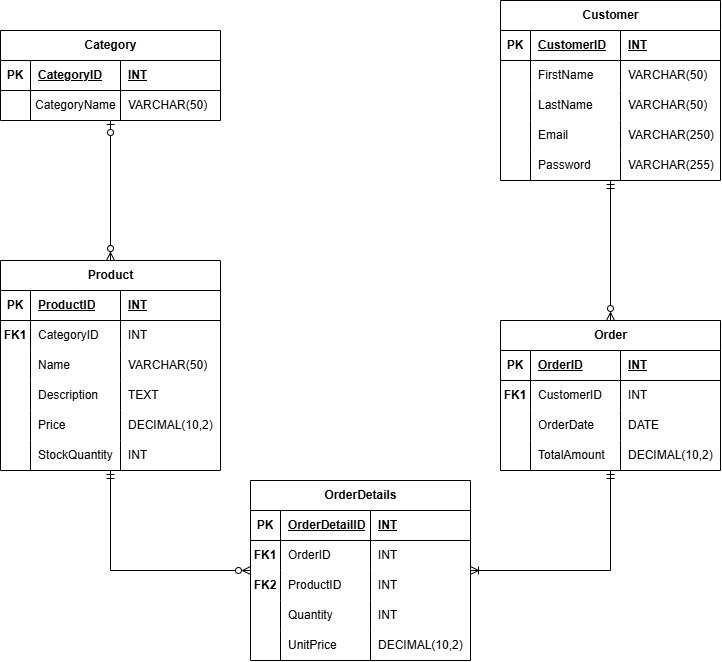
Before: Task 1/ERD.png, a diagram exported from draw.io (almorshidi0/E-Commerce-Database-Design). Source tidied: cells renumbered, new cells last; positions are measured from the earlier drawing's top-left corner, leaving out a move shared by most shapes.
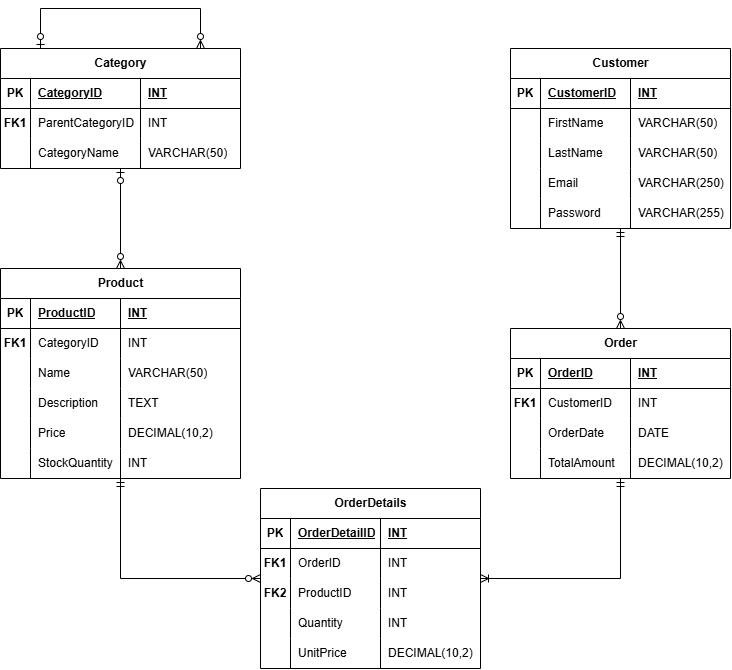
Later version of the same file.

Commit message:
Fix Category Table and Diagram

Diff of the diagram source:
```diff
@@ -2,36 +2,14 @@
   <root>
     <mxCell id="0" />
     <mxCell id="1" parent="0" />
-    <mxCell id="2" style="edgeStyle=orthogonalEdgeStyle;rounded=0;jettySize=auto;html=1;defaultLabelBackgroundColor=page;endArrow=ERzeroToMany;endFill=0;startArrow=ERzeroToOne;startFill=0;" parent="1" edge="1" source="3" target="13">
-      <mxGeometry relative="1" as="geometry" />
+    <mxCell id="2" style="edgeStyle=orthogonalEdgeStyle;rounded=0;jettySize=auto;html=1;defaultLabelBackgroundColor=page;endArrow=ERzeroToMany;endFill=0;startArrow=ERzeroToOne;startFill=0;" parent="1" edge="1" source="104" target="13">
+      <mxGeometry x="0.15" relative="1" as="geometry">
+        <Array as="points">
+          <mxPoint x="110" y="150" />
+          <mxPoint x="110" y="150" />
+        </Array>
+      </mxGeometry>
     </mxCell>
-    <mxCell id="3" value="Category" style="shape=table;startSize=30;rowLines=0;fontStyle=1;align=center;html=1;" parent="1" vertex="1">
-      <mxGeometry y="30" width="220" height="90" as="geometry" />
-    </mxCell>
-    <mxCell id="4" style="shape=tableRow;horizontal=0;startSize=0;swimlaneHead=0;swimlaneBody=0;fillColor=none;top=0;left=0;right=0;bottom=1;" parent="3" vertex="1">
-      <mxGeometry y="30" width="220" height="30" as="geometry" />
-    </mxCell>
-    <mxCell id="5" value="PK" style="shape=partialRectangle;fillColor=none;top=0;left=0;bottom=0;right=0;fontStyle=1;overflow=hidden;whiteSpace=wrap;html=1;" parent="4" vertex="1">
-      <mxGeometry width="30" height="30" as="geometry" />
-    </mxCell>
-    <mxCell id="6" value="CategoryID" style="shape=partialRectangle;fillColor=none;top=0;left=0;bottom=0;right=0;align=left;spacingLeft=6;fontStyle=5;overflow=hidden;whiteSpace=wrap;html=1;" parent="4" vertex="1">
-      <mxGeometry x="30" width="90" height="30" as="geometry" />
-    </mxCell>
-    <mxCell id="7" value="INT" style="shape=partialRectangle;fillColor=none;top=0;left=0;bottom=0;right=0;align=left;spacingLeft=6;fontStyle=5;overflow=hidden;whiteSpace=wrap;html=1;" parent="4" vertex="1">
-      <mxGeometry x="120" width="100" height="30" as="geometry" />
-    </mxCell>
-    <mxCell id="8" style="shape=tableRow;horizontal=0;startSize=0;swimlaneHead=0;swimlaneBody=0;fillColor=none;top=0;left=0;right=0;bottom=0;" parent="3" vertex="1">
-      <mxGeometry y="60" width="220" height="30" as="geometry" />
-    </mxCell>
-    <mxCell id="9" style="shape=partialRectangle;fillColor=none;top=0;left=0;bottom=0;right=0;overflow=hidden;whiteSpace=wrap;html=1;" parent="8" vertex="1">
-      <mxGeometry width="30" height="30" as="geometry" />
-    </mxCell>
-    <mxCell id="10" value="CategoryName" style="shape=partialRectangle;fillColor=none;top=0;left=0;bottom=0;right=0;align=left;spacingLeft=3;overflow=hidden;whiteSpace=wrap;html=1;" parent="8" vertex="1">
-      <mxGeometry x="30" width="90" height="30" as="geometry" />
-    </mxCell>
-    <mxCell id="11" value="VARCHAR(50)" style="shape=partialRectangle;fillColor=none;top=0;left=0;bottom=0;right=0;align=left;spacingLeft=6;overflow=hidden;whiteSpace=wrap;html=1;" parent="8" vertex="1">
-      <mxGeometry x="120" width="100" height="30" as="geometry" />
-    </mxCell>
     <mxCell id="12" style="edgeStyle=orthogonalEdgeStyle;rounded=0;jettySize=auto;html=1;defaultLabelBackgroundColor=page;endArrow=ERzeroToMany;endFill=0;startArrow=ERmandOne;startFill=0;" parent="1" edge="1" source="13" target="38">
       <mxGeometry relative="1" as="geometry">
         <Array as="points">
@@ -40,10 +18,10 @@
       </mxGeometry>
     </mxCell>
     <mxCell id="13" value="Product" style="shape=table;startSize=30;rowLines=0;fontStyle=1;align=center;html=1;" parent="1" vertex="1">
-      <mxGeometry y="260" width="220" height="210" as="geometry" />
+      <mxGeometry x="-10" y="260" width="240" height="210" as="geometry" />
     </mxCell>
     <mxCell id="14" style="shape=tableRow;horizontal=0;startSize=0;swimlaneHead=0;swimlaneBody=0;fillColor=none;top=0;left=0;right=0;bottom=1;" parent="13" vertex="1">
-      <mxGeometry y="30" width="220" height="30" as="geometry" />
+      <mxGeometry y="30" width="240" height="30" as="geometry" />
     </mxCell>
     <mxCell id="15" value="PK" style="shape=partialRectangle;fillColor=none;top=0;left=0;bottom=0;right=0;fontStyle=1;overflow=hidden;whiteSpace=wrap;html=1;" parent="14" vertex="1">
       <mxGeometry width="30" height="30" as="geometry" />
@@ -52,10 +30,10 @@
       <mxGeometry x="30" width="90" height="30" as="geometry" />
     </mxCell>
     <mxCell id="17" value="INT" style="shape=partialRectangle;fillColor=none;top=0;left=0;bottom=0;right=0;align=left;spacingLeft=6;fontStyle=5;overflow=hidden;whiteSpace=wrap;html=1;" parent="14" vertex="1">
-      <mxGeometry x="120" width="100" height="30" as="geometry" />
+      <mxGeometry x="120" width="120" height="30" as="geometry" />
     </mxCell>
     <mxCell id="18" style="shape=tableRow;horizontal=0;startSize=0;swimlaneHead=0;swimlaneBody=0;fillColor=none;top=0;left=0;right=0;bottom=0;" parent="13" vertex="1">
-      <mxGeometry y="60" width="220" height="30" as="geometry" />
+      <mxGeometry y="60" width="240" height="30" as="geometry" />
     </mxCell>
     <mxCell id="19" value="&lt;b&gt;FK1&lt;/b&gt;" style="shape=partialRectangle;fillColor=none;top=0;left=0;bottom=0;right=0;overflow=hidden;whiteSpace=wrap;html=1;" parent="18" vertex="1">
       <mxGeometry width="30" height="30" as="geometry" />
@@ -64,10 +42,10 @@
       <mxGeometry x="30" width="90" height="30" as="geometry" />
     </mxCell>
     <mxCell id="21" value="INT" style="shape=partialRectangle;fillColor=none;top=0;left=0;bottom=0;right=0;align=left;spacingLeft=6;overflow=hidden;whiteSpace=wrap;html=1;" parent="18" vertex="1">
-      <mxGeometry x="120" width="100" height="30" as="geometry" />
+      <mxGeometry x="120" width="120" height="30" as="geometry" />
     </mxCell>
     <mxCell id="22" style="shape=tableRow;horizontal=0;startSize=0;swimlaneHead=0;swimlaneBody=0;fillColor=none;top=0;left=0;right=0;bottom=0;" parent="13" vertex="1">
-      <mxGeometry y="90" width="220" height="30" as="geometry" />
+      <mxGeometry y="90" width="240" height="30" as="geometry" />
     </mxCell>
     <mxCell id="23" style="shape=partialRectangle;fillColor=none;top=0;left=0;bottom=0;right=0;overflow=hidden;whiteSpace=wrap;html=1;" parent="22" vertex="1">
       <mxGeometry width="30" height="30" as="geometry" />
@@ -76,10 +54,10 @@
       <mxGeometry x="30" width="90" height="30" as="geometry" />
     </mxCell>
     <mxCell id="25" value="VARCHAR(50)" style="shape=partialRectangle;fillColor=none;top=0;left=0;bottom=0;right=0;align=left;spacingLeft=6;overflow=hidden;whiteSpace=wrap;html=1;" parent="22" vertex="1">
-      <mxGeometry x="120" width="100" height="30" as="geometry" />
+      <mxGeometry x="120" width="120" height="30" as="geometry" />
     </mxCell>
     <mxCell id="26" style="shape=tableRow;horizontal=0;startSize=0;swimlaneHead=0;swimlaneBody=0;fillColor=none;top=0;left=0;right=0;bottom=0;" parent="13" vertex="1">
-      <mxGeometry y="120" width="220" height="30" as="geometry" />
+      <mxGeometry y="120" width="240" height="30" as="geometry" />
     </mxCell>
     <mxCell id="27" style="shape=partialRectangle;fillColor=none;top=0;left=0;bottom=0;right=0;overflow=hidden;whiteSpace=wrap;html=1;" parent="26" vertex="1">
       <mxGeometry width="30" height="30" as="geometry" />
@@ -88,10 +66,10 @@
       <mxGeometry x="30" width="90" height="30" as="geometry" />
     </mxCell>
     <mxCell id="29" value="TEXT" style="shape=partialRectangle;fillColor=none;top=0;left=0;bottom=0;right=0;align=left;spacingLeft=6;overflow=hidden;whiteSpace=wrap;html=1;" parent="26" vertex="1">
-      <mxGeometry x="120" width="100" height="30" as="geometry" />
+      <mxGeometry x="120" width="120" height="30" as="geometry" />
     </mxCell>
     <mxCell id="30" style="shape=tableRow;horizontal=0;startSize=0;swimlaneHead=0;swimlaneBody=0;fillColor=none;top=0;left=0;right=0;bottom=0;" parent="13" vertex="1">
-      <mxGeometry y="150" width="220" height="30" as="geometry" />
+      <mxGeometry y="150" width="240" height="30" as="geometry" />
     </mxCell>
     <mxCell id="31" style="shape=partialRectangle;fillColor=none;top=0;left=0;bottom=0;right=0;overflow=hidden;whiteSpace=wrap;html=1;" parent="30" vertex="1">
       <mxGeometry width="30" height="30" as="geometry" />
@@ -100,10 +78,10 @@
       <mxGeometry x="30" width="90" height="30" as="geometry" />
     </mxCell>
     <mxCell id="33" value="DECIMAL(10,2)" style="shape=partialRectangle;fillColor=none;top=0;left=0;bottom=0;right=0;align=left;spacingLeft=6;overflow=hidden;whiteSpace=wrap;html=1;" parent="30" vertex="1">
-      <mxGeometry x="120" width="100" height="30" as="geometry" />
+      <mxGeometry x="120" width="120" height="30" as="geometry" />
     </mxCell>
     <mxCell id="34" style="shape=tableRow;horizontal=0;startSize=0;swimlaneHead=0;swimlaneBody=0;fillColor=none;top=0;left=0;right=0;bottom=0;" parent="13" vertex="1">
-      <mxGeometry y="180" width="220" height="30" as="geometry" />
+      <mxGeometry y="180" width="240" height="30" as="geometry" />
     </mxCell>
     <mxCell id="35" style="shape=partialRectangle;fillColor=none;top=0;left=0;bottom=0;right=0;overflow=hidden;whiteSpace=wrap;html=1;" parent="34" vertex="1">
       <mxGeometry width="30" height="30" as="geometry" />
@@ -112,7 +90,7 @@
       <mxGeometry x="30" width="90" height="30" as="geometry" />
     </mxCell>
     <mxCell id="37" value="INT" style="shape=partialRectangle;fillColor=none;top=0;left=0;bottom=0;right=0;align=left;spacingLeft=6;overflow=hidden;whiteSpace=wrap;html=1;" parent="34" vertex="1">
-      <mxGeometry x="120" width="100" height="30" as="geometry" />
+      <mxGeometry x="120" width="120" height="30" as="geometry" />
     </mxCell>
     <mxCell id="38" value="OrderDetails" style="shape=table;startSize=30;rowLines=0;fontStyle=1;align=center;html=1;" parent="1" vertex="1">
       <mxGeometry x="250" y="480" width="220" height="180" as="geometry" />
@@ -239,7 +217,7 @@
       <mxGeometry relative="1" as="geometry" />
     </mxCell>
     <mxCell id="78" value="Customer" style="shape=table;startSize=30;rowLines=0;fontStyle=1;align=center;html=1;" parent="1" vertex="1">
-      <mxGeometry x="500" width="220" height="180" as="geometry" />
+      <mxGeometry x="500" y="40" width="220" height="180" as="geometry" />
     </mxCell>
     <mxCell id="79" style="shape=tableRow;horizontal=0;startSize=0;swimlaneHead=0;swimlaneBody=0;fillColor=none;top=0;left=0;right=0;bottom=1;" parent="78" vertex="1">
       <mxGeometry y="30" width="220" height="30" as="geometry" />
@@ -301,5 +279,52 @@
     <mxCell id="98" value="VARCHAR(255)" style="shape=partialRectangle;fillColor=none;top=0;left=0;bottom=0;right=0;align=left;spacingLeft=6;overflow=hidden;whiteSpace=wrap;html=1;" parent="95" vertex="1">
       <mxGeometry x="120" width="100" height="30" as="geometry" />
     </mxCell>
+    <mxCell id="3" value="Category" style="shape=table;startSize=30;rowLines=0;fontStyle=1;align=center;html=1;" parent="1" vertex="1">
+      <mxGeometry x="-10" y="40" width="240" height="120" as="geometry" />
+    </mxCell>
+    <mxCell id="99" style="shape=tableRow;horizontal=0;startSize=0;swimlaneHead=0;swimlaneBody=0;fillColor=none;top=0;left=0;right=0;bottom=1;" parent="3" vertex="1">
+      <mxGeometry y="30" width="240" height="30" as="geometry" />
+    </mxCell>
+    <mxCell id="5" value="PK" style="shape=partialRectangle;fillColor=none;top=0;left=0;bottom=0;right=0;fontStyle=1;overflow=hidden;whiteSpace=wrap;html=1;" parent="99" vertex="1">
+      <mxGeometry width="30" height="30" as="geometry" />
+    </mxCell>
+    <mxCell id="6" value="CategoryID" style="shape=partialRectangle;fillColor=none;top=0;left=0;bottom=0;right=0;align=left;spacingLeft=6;fontStyle=5;overflow=hidden;whiteSpace=wrap;html=1;" parent="99" vertex="1">
+      <mxGeometry x="30" width="110" height="30" as="geometry" />
+    </mxCell>
+    <mxCell id="7" value="INT" style="shape=partialRectangle;fillColor=none;top=0;left=0;bottom=0;right=0;align=left;spacingLeft=6;fontStyle=5;overflow=hidden;whiteSpace=wrap;html=1;" parent="99" vertex="1">
+      <mxGeometry x="140" width="100" height="30" as="geometry" />
+    </mxCell>
+    <mxCell id="100" style="shape=tableRow;horizontal=0;startSize=0;swimlaneHead=0;swimlaneBody=0;fillColor=none;top=0;left=0;right=0;bottom=0;" parent="3" vertex="1">
+      <mxGeometry y="60" width="240" height="30" as="geometry" />
+    </mxCell>
+    <mxCell id="101" value="&lt;b&gt;FK1&lt;/b&gt;" style="shape=partialRectangle;fillColor=none;top=0;left=0;bottom=0;right=0;overflow=hidden;whiteSpace=wrap;html=1;" parent="100" vertex="1">
+      <mxGeometry width="30" height="30" as="geometry" />
+    </mxCell>
+    <mxCell id="102" value="ParentCategoryID" style="shape=partialRectangle;fillColor=none;top=0;left=0;bottom=0;right=0;align=left;spacingLeft=6;overflow=hidden;whiteSpace=wrap;html=1;" parent="100" vertex="1">
+      <mxGeometry x="30" width="110" height="30" as="geometry" />
+    </mxCell>
+    <mxCell id="103" value="INT" style="shape=partialRectangle;fillColor=none;top=0;left=0;bottom=0;right=0;align=left;spacingLeft=6;overflow=hidden;whiteSpace=wrap;html=1;" parent="100" vertex="1">
+      <mxGeometry x="140" width="100" height="30" as="geometry" />
+    </mxCell>
+    <mxCell id="104" style="shape=tableRow;horizontal=0;startSize=0;swimlaneHead=0;swimlaneBody=0;fillColor=none;points=[[0,0.5],[1,0.5]];portConstraint=eastwest;top=0;left=0;right=0;bottom=0;" parent="3" vertex="1">
+      <mxGeometry y="90" width="240" height="30" as="geometry" />
+    </mxCell>
+    <mxCell id="9" style="shape=partialRectangle;fillColor=none;top=0;left=0;bottom=0;right=0;overflow=hidden;whiteSpace=wrap;html=1;" parent="104" vertex="1">
+      <mxGeometry width="30" height="30" as="geometry" />
+    </mxCell>
+    <mxCell id="10" value="CategoryName" style="shape=partialRectangle;fillColor=none;top=0;left=0;bottom=0;right=0;align=left;spacingLeft=6;overflow=hidden;whiteSpace=wrap;html=1;" parent="104" vertex="1">
+      <mxGeometry x="30" width="110" height="30" as="geometry" />
+    </mxCell>
+    <mxCell id="11" value="VARCHAR(50)" style="shape=partialRectangle;fillColor=none;top=0;left=0;bottom=0;right=0;align=left;spacingLeft=6;overflow=hidden;whiteSpace=wrap;html=1;" parent="104" vertex="1">
+      <mxGeometry x="140" width="100" height="30" as="geometry" />
+    </mxCell>
+    <mxCell id="105" style="edgeStyle=orthogonalEdgeStyle;rounded=0;orthogonalLoop=1;jettySize=auto;html=1;defaultLabelBackgroundColor=page;endArrow=ERzeroToMany;endFill=0;startArrow=ERzeroToOne;startFill=0;innerLoopWaypoints=1;" parent="1" edge="1" source="3" target="3">
+      <mxGeometry x="0.68" relative="1" as="geometry">
+        <Array as="points">
+          <mxPoint x="30" />
+          <mxPoint x="190" />
+        </Array>
+      </mxGeometry>
+    </mxCell>
   </root>
 </mxGraphModel>
```
